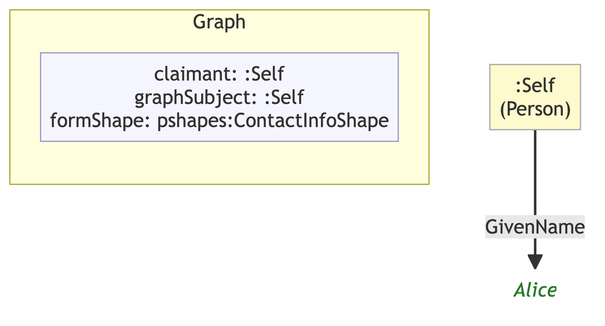
The Mermaid diagram example/graphs/images/graph-43.png in MeeFoundation/mia-ontologies, before a commit. Its source is kept beside it as example/graphs/images/graph-43.mmd.
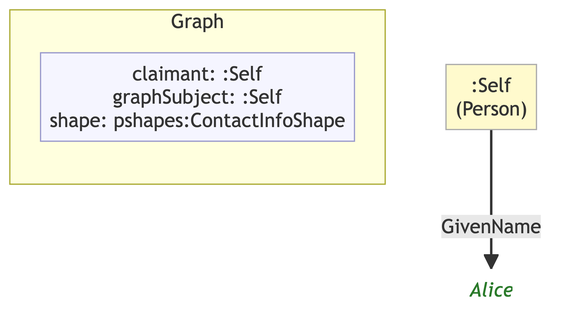
The same file after the commit.

The edit, as a diff of the source:
```diff
@@ -7,10 +7,10 @@
 
     subgraph ctx["Graph"]
         direction LR
-        ctx_meta["claimant: :Self\ngraphSubject: :Self\nformShape: pshapes:ContactInfoShape"]:::meta
+        ctx_meta["claimant: :Self\ngraphSubject: :Self\nshape: pshapes:ContactInfoShape"]:::meta
     end
 
     n655e442e50be[":Self\n(Person)"]:::person
-    n769cfce9a3d8("Alice"):::lit
+    ne6e4bf8f2251("Alice"):::lit
 
-    n655e442e50be -->|"GivenName"| n769cfce9a3d8
+    n655e442e50be -->|"GivenName"| ne6e4bf8f2251
```
